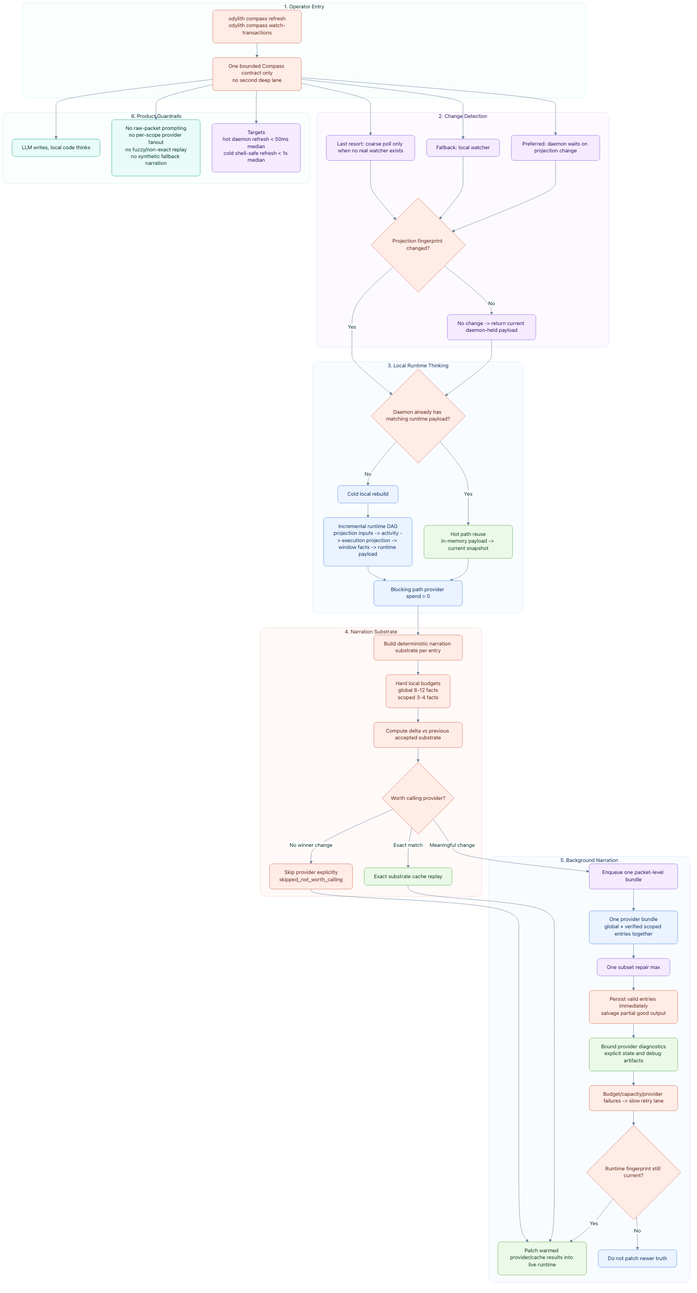
Before: odylith/atlas/source/odylith-compass-refresh-and-maintained-narration-topology.png, a diagram exported from Mermaid (odylith/odylith). Its source is kept beside it as odylith/atlas/source/odylith-compass-refresh-and-maintained-narration-topology.mmd.
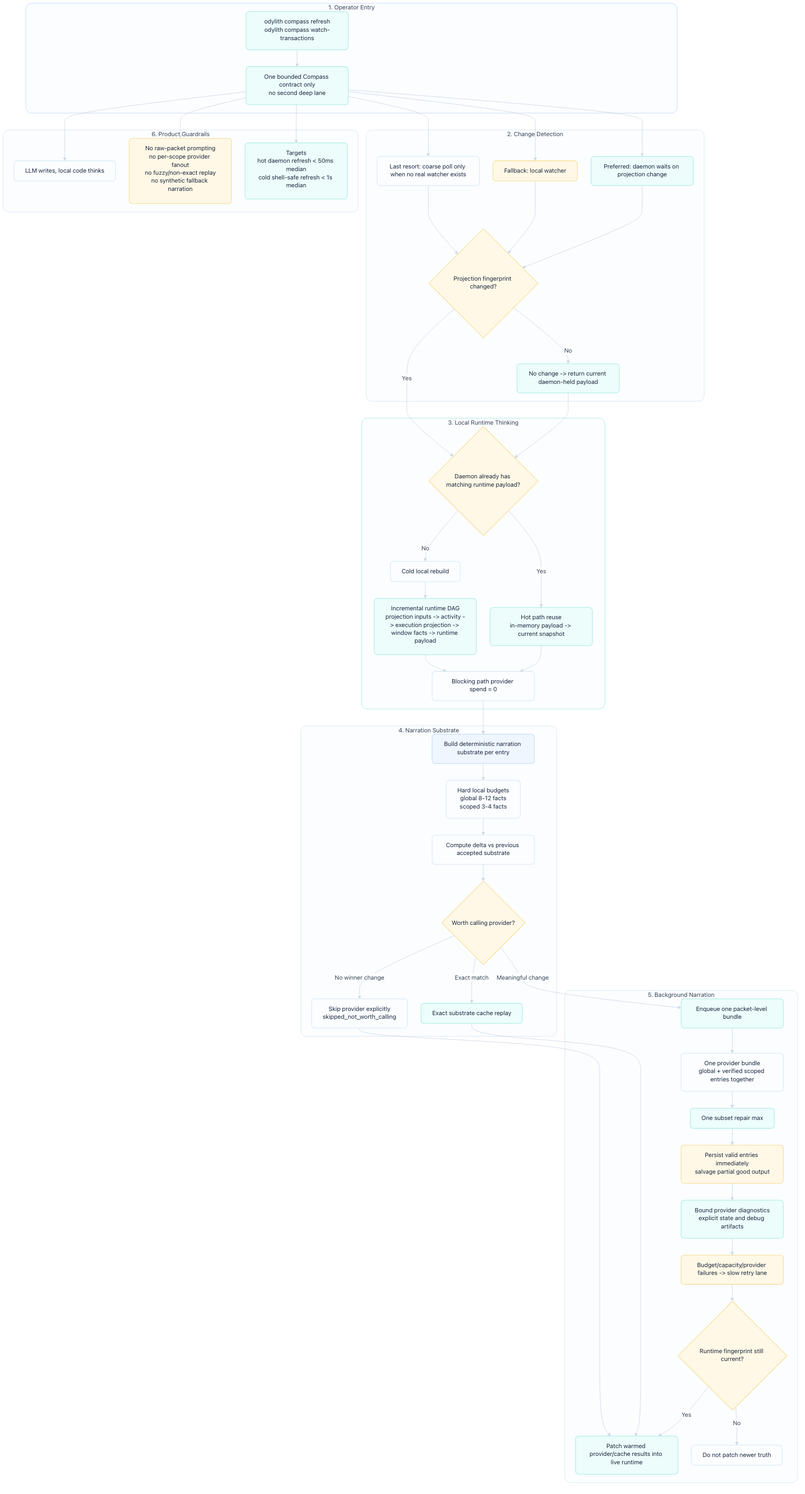
Above is the later version.

Diff of the diagram source:
```diff
@@ -70,4 +70,4 @@
   OneLane --> Rules
   OneLane --> Targets
 
-  classDef note fill:#eaf3ff,stroke:#77a9ef,color:#102f5f
+  classDef note fill:#FBFDFF,stroke:#D8E5F4,color:#17233A
```
